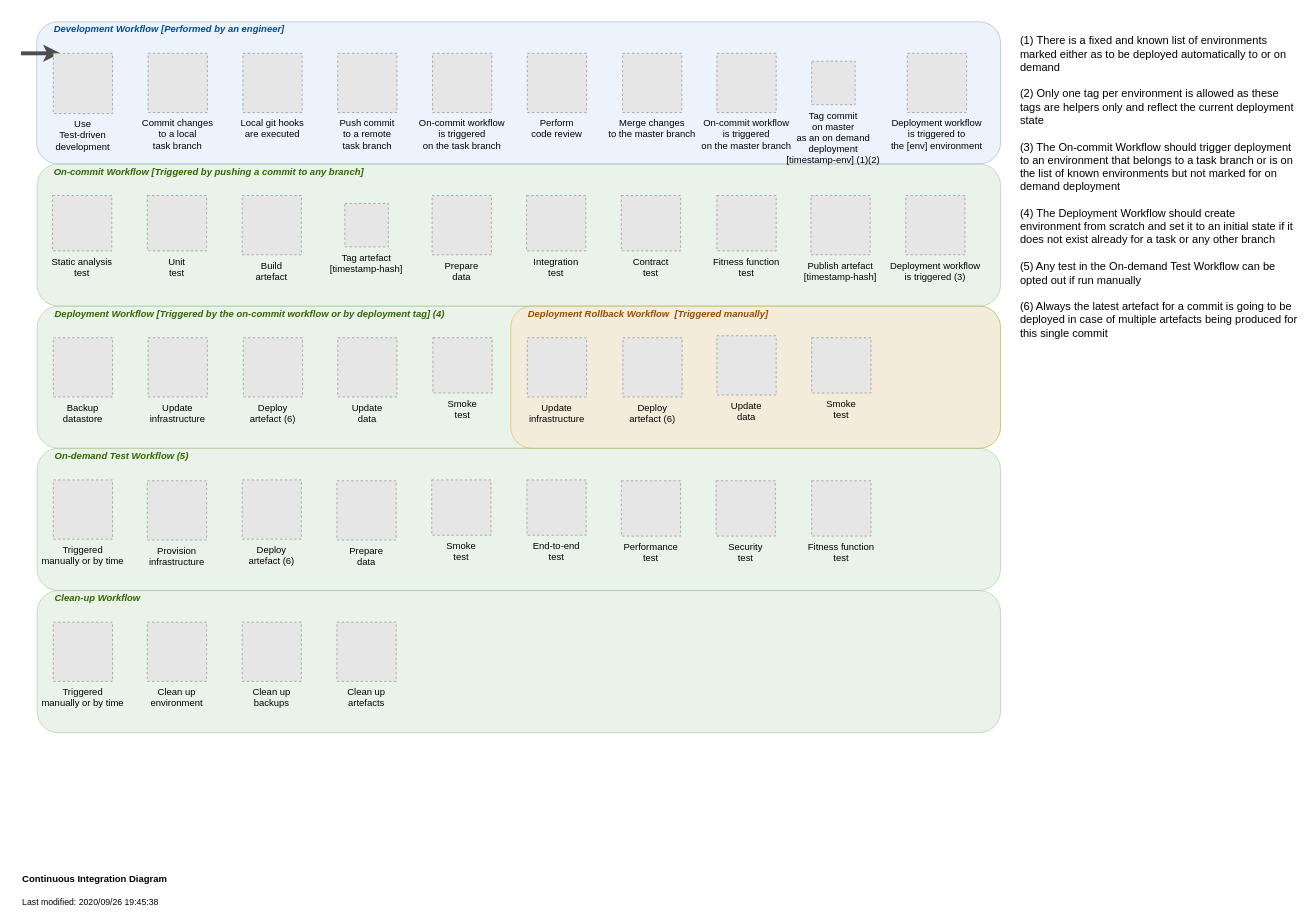
Above: documentation/DevOps.drawio in nhs-england-tools/make-devops (draw.io), before the change. Source tidied: cells renumbered, new cells numbered last; positions are measured from the earlier drawing's top-left corner, leaving out a move shared by most shapes. Both pictures are drawn from the tidied source at 79%, with x=0, y=0 at pixel (21, 21). Pictures stored in the file or linked from it are replaced by grey dashed boxes.
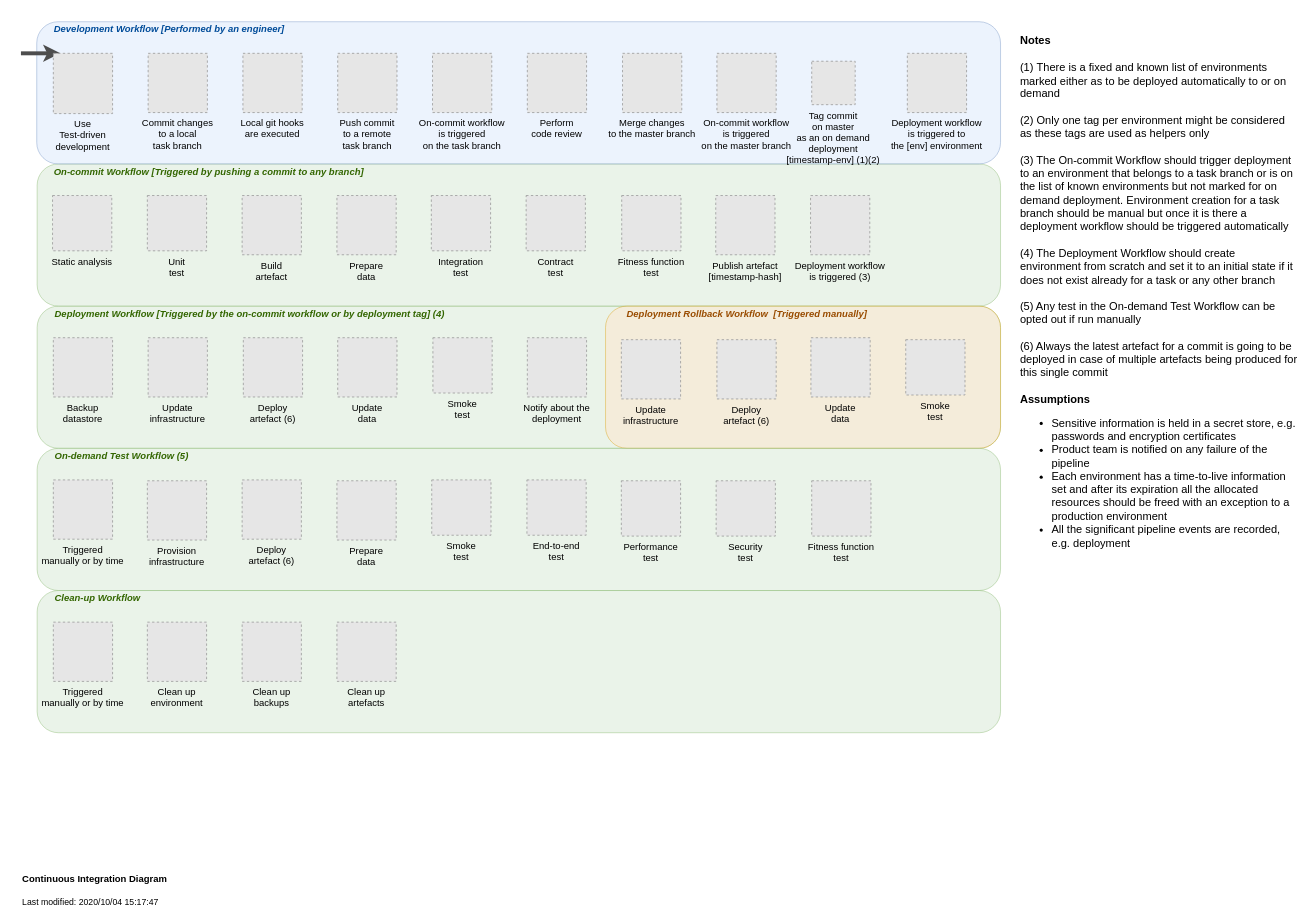
Above is the later version.

What changed in the source:
```diff
@@
     <mxCell id="4" style="rounded=1;whiteSpace=wrap;html=1;labelBackgroundColor=none;align=center;fillColor=#ffe6cc;strokeColor=#d79b00;opacity=50;" parent="1" vertex="1">
-      <mxGeometry x="620" y="360" width="620" height="180" as="geometry" />
+      <mxGeometry x="740" y="360" width="500" height="180" as="geometry" />
     </mxCell>
@@
-    <mxCell id="7" value="&lt;b&gt;Continuous Integration Diagram&lt;/b&gt;&lt;br style=&quot;font-size: 11px&quot;&gt;&lt;font style=&quot;font-size: 11px&quot;&gt;&lt;br&gt;&lt;font style=&quot;font-size: 11px&quot;&gt;Last modified: 2020/09/26 19:45:38&lt;/font&gt;&lt;/font&gt;" style="text;html=1;strokeColor=none;fillColor=none;align=left;verticalAlign=middle;whiteSpace=wrap;rounded=0;" parent="1" vertex="1">
+    <mxCell id="7" value="&lt;b&gt;Continuous Integration Diagram&lt;/b&gt;&lt;br style=&quot;font-size: 11px&quot;&gt;&lt;font style=&quot;font-size: 11px&quot;&gt;&lt;br&gt;&lt;font style=&quot;font-size: 11px&quot;&gt;Last modified: 2020/10/04 15:17:47&lt;/font&gt;&lt;/font&gt;" style="text;html=1;strokeColor=none;fillColor=none;align=left;verticalAlign=middle;whiteSpace=wrap;rounded=0;" parent="1" vertex="1">
       <mxGeometry y="1080" width="420" height="40" as="geometry" />
     </mxCell>
@@
     <mxCell id="9" value="Prepare&#10;data&#10;" style="fillColor=#E6E6E6;strokeColor=#999999;dashed=1;verticalLabelPosition=bottom;labelBackgroundColor=none;verticalAlign=top;" parent="1" vertex="1">
-      <mxGeometry x="520.5" y="220" width="75" height="75" as="geometry" />
+      <mxGeometry x="400" y="220" width="75" height="75" as="geometry" />
     </mxCell>
-    <mxCell id="10" value="Tag artefact&#10;[timestamp-hash]" style="fillColor=#E6E6E6;strokeColor=#999999;dashed=1;verticalLabelPosition=bottom;labelBackgroundColor=none;verticalAlign=top;" parent="1" vertex="1">
-      <mxGeometry x="410" y="230" width="55" height="55" as="geometry" />
-    </mxCell>
     <mxCell id="11" value="Publish artefact&#10;[timestamp-hash]" style="fillColor=#E6E6E6;strokeColor=#999999;dashed=1;verticalLabelPosition=bottom;labelBackgroundColor=none;verticalAlign=top;" parent="1" vertex="1">
-      <mxGeometry x="1000" y="220" width="75" height="75" as="geometry" />
+      <mxGeometry x="879.5" y="220" width="75" height="75" as="geometry" />
     </mxCell>
@@
-    <mxCell id="17" value="Static analysis&#10;test" style="fillColor=#E6E6E6;strokeColor=#999999;dashed=1;verticalLabelPosition=bottom;labelBackgroundColor=none;verticalAlign=top;" parent="1" vertex="1">
+    <mxCell id="17" value="Static analysis" style="fillColor=#E6E6E6;strokeColor=#999999;dashed=1;verticalLabelPosition=bottom;labelBackgroundColor=none;verticalAlign=top;" parent="1" vertex="1">
       <mxGeometry x="40" y="220" width="75" height="70" as="geometry" />
     </mxCell>
@@
     <mxCell id="19" value="Integration&#10;test" style="fillColor=#E6E6E6;strokeColor=#999999;dashed=1;verticalLabelPosition=bottom;labelBackgroundColor=none;verticalAlign=top;" parent="1" vertex="1">
-      <mxGeometry x="640" y="220" width="75" height="70" as="geometry" />
+      <mxGeometry x="519.5" y="220" width="75" height="70" as="geometry" />
     </mxCell>
     <mxCell id="20" value="Contract&#10;test" style="fillColor=#E6E6E6;strokeColor=#999999;dashed=1;verticalLabelPosition=bottom;labelBackgroundColor=none;verticalAlign=top;" parent="1" vertex="1">
-      <mxGeometry x="760" y="220" width="75" height="70" as="geometry" />
+      <mxGeometry x="639.5" y="220" width="75" height="70" as="geometry" />
     </mxCell>
@@
     <mxCell id="22" value="Smoke&#10;test" style="fillColor=#E6E6E6;strokeColor=#999999;dashed=1;verticalLabelPosition=bottom;labelBackgroundColor=none;verticalAlign=top;" parent="1" vertex="1">
-      <mxGeometry x="1001" y="400" width="75" height="70" as="geometry" />
+      <mxGeometry x="1120" y="402.5" width="75" height="70" as="geometry" />
     </mxCell>
@@
     <mxCell id="33" value="Deployment Rollback Workflow&amp;nbsp; [Triggered manually]" style="text;html=1;strokeColor=none;fillColor=none;align=left;verticalAlign=middle;whiteSpace=wrap;rounded=0;labelBackgroundColor=none;fontStyle=3;fontColor=#994C00;" parent="1" vertex="1">
-      <mxGeometry x="640" y="360" width="700" height="20" as="geometry" />
+      <mxGeometry x="765" y="360" width="455" height="20" as="geometry" />
     </mxCell>
@@
     <mxCell id="35" value="Fitness function&#10;test" style="fillColor=#E6E6E6;strokeColor=#999999;dashed=1;verticalLabelPosition=bottom;labelBackgroundColor=none;verticalAlign=top;" parent="1" vertex="1">
-      <mxGeometry x="881" y="220" width="75" height="70" as="geometry" />
+      <mxGeometry x="760.5" y="220" width="75" height="70" as="geometry" />
     </mxCell>
@@
     <mxCell id="47" value="Deploy&#10;artefact (6)" style="fillColor=#E6E6E6;strokeColor=#999999;dashed=1;verticalLabelPosition=bottom;verticalAlign=top;" parent="1" vertex="1">
-      <mxGeometry x="762" y="400" width="75" height="75" as="geometry" />
+      <mxGeometry x="881" y="402.5" width="75" height="75" as="geometry" />
     </mxCell>
@@
     <mxCell id="49" value="Update&#10;data" style="fillColor=#E6E6E6;strokeColor=#999999;dashed=1;verticalLabelPosition=bottom;labelBackgroundColor=none;verticalAlign=top;" parent="1" vertex="1">
-      <mxGeometry x="881" y="397.5" width="75" height="75" as="geometry" />
+      <mxGeometry x="1000" y="400" width="75" height="75" as="geometry" />
     </mxCell>
@@
     <mxCell id="51" value="Update&#10;infrastructure" style="fillColor=#E6E6E6;strokeColor=#999999;dashed=1;verticalLabelPosition=bottom;labelBackgroundColor=none;verticalAlign=top;" parent="1" vertex="1">
-      <mxGeometry x="641" y="400" width="75" height="75" as="geometry" />
+      <mxGeometry x="760" y="402.5" width="75" height="75" as="geometry" />
     </mxCell>
@@
     <mxCell id="54" value="Deployment workflow&#10;is triggered (3)" style="fillColor=#E6E6E6;strokeColor=#999999;dashed=1;verticalLabelPosition=bottom;verticalAlign=top;" parent="1" vertex="1">
-      <mxGeometry x="1120" y="220" width="75" height="75" as="geometry" />
+      <mxGeometry x="999.5" y="220" width="75" height="75" as="geometry" />
     </mxCell>
@@
-    <mxCell id="57" value="&lt;h1 style=&quot;font-size: 14px&quot;&gt;&lt;/h1&gt;&lt;font style=&quot;font-size: 14px&quot;&gt;&lt;span style=&quot;text-align: center ; font-size: 14px&quot;&gt;&lt;br style=&quot;font-size: 14px&quot;&gt;&lt;/span&gt;&lt;span style=&quot;text-align: center ; font-size: 14px&quot;&gt;&lt;span style=&quot;font-size: 14px&quot;&gt;(1)&lt;/span&gt;&amp;nbsp;There is a fixed and known list of environments marked either as to be deployed automatically to or on demand&lt;br&gt;&lt;/span&gt;&lt;br&gt;(2) Only one tag per environment is allowed as these tags are helpers only and reflect the current deployment state&lt;br style=&quot;text-align: center ; font-size: 14px&quot;&gt;&lt;span style=&quot;text-align: center ; font-size: 14px&quot;&gt;&lt;br style=&quot;font-size: 14px&quot;&gt;(3) The On-commit Workflow should trigger deployment to an&lt;/span&gt;&lt;span style=&quot;text-align: center ; font-size: 14px&quot;&gt;&amp;nbsp;environment that belongs to a task branch or is on the list of known environments but not marked&amp;nbsp;&lt;/span&gt;&lt;span style=&quot;text-align: center ; font-size: 14px&quot;&gt;for on demand deployment&lt;br style=&quot;font-size: 14px&quot;&gt;&lt;/span&gt;&lt;/font&gt;&lt;span style=&quot;text-align: center ; font-size: 14px&quot;&gt;&lt;br style=&quot;font-size: 14px&quot;&gt;(4) The Deployment Workflow should create environment from scratch and set it to an initial state if it does not exist already for a task or any other branch&lt;br style=&quot;font-size: 14px&quot;&gt;&lt;br style=&quot;font-size: 14px&quot;&gt;(5) Any test in the On-demand Test Workflow can be opted out if run manually&lt;br style=&quot;font-size: 14px&quot;&gt;&lt;br style=&quot;font-size: 14px&quot;&gt;(6) Always the latest artefact for a commit is going to be deployed in case of multiple artefacts being produced for this single commit&lt;br style=&quot;font-size: 14px&quot;&gt;&lt;/span&gt;" style="text;html=1;strokeColor=none;fillColor=none;spacing=5;spacingTop=-20;whiteSpace=wrap;overflow=hidden;rounded=0;fontSize=14;" parent="1" vertex="1">
+    <mxCell id="57" value="&lt;h1 style=&quot;font-size: 14px&quot;&gt;&lt;/h1&gt;&lt;font&gt;&lt;span style=&quot;font-size: 14px ; text-align: center&quot;&gt;&lt;br&gt;&lt;b&gt;Notes&lt;/b&gt;&lt;br&gt;&lt;br style=&quot;font-size: 14px&quot;&gt;&lt;/span&gt;&lt;span style=&quot;font-size: 14px ; text-align: center&quot;&gt;&lt;span style=&quot;font-size: 14px&quot;&gt;(1)&lt;/span&gt;&amp;nbsp;There is a fixed and known list of environments marked either as to be deployed automatically to or on demand&lt;br&gt;&lt;/span&gt;&lt;br&gt;(2) Only one tag per environment might be considered as these tags are used as helpers only&lt;br style=&quot;text-align: center ; font-size: 14px&quot;&gt;&lt;span style=&quot;font-size: 14px ; text-align: center&quot;&gt;&lt;br style=&quot;font-size: 14px&quot;&gt;(3) The On-commit Workflow should trigger deployment to an&lt;/span&gt;&lt;span style=&quot;font-size: 14px ; text-align: center&quot;&gt;&amp;nbsp;environment that belongs to a task branch or is on the list of known environments but not marked&amp;nbsp;&lt;/span&gt;&lt;span style=&quot;text-align: center&quot;&gt;for on demand deployment. Environment creation for a task branch should be manual but once it is there a deployment workflow should be triggered automatically&lt;br style=&quot;font-size: 14px&quot;&gt;&lt;/span&gt;&lt;/font&gt;&lt;span style=&quot;font-size: 14px&quot;&gt;&lt;br style=&quot;font-size: 14px&quot;&gt;(4) The Deployment Workflow should create environment from scratch and set it to an initial state if it does not exist already for a task or any other branch&lt;br style=&quot;font-size: 14px&quot;&gt;&lt;br style=&quot;font-size: 14px&quot;&gt;(5) Any test in the On-demand Test Workflow can be opted out if run manually&lt;br style=&quot;font-size: 14px&quot;&gt;&lt;br style=&quot;font-size: 14px&quot;&gt;(6) Always the latest artefact for a commit is going to be deployed in case of multiple artefacts being produced for this single commit&lt;br&gt;&lt;br&gt;&lt;b&gt;Assumptions&lt;/b&gt;&lt;br&gt;&lt;ul&gt;&lt;li&gt;Sensitive information is held in a secret store, e.g. passwords and encryption certificates&lt;/li&gt;&lt;li&gt;Product team is notified on any failure of the pipeline&lt;/li&gt;&lt;li&gt;&lt;span&gt;Each environment has a time-to-live information set and after its expiration all the allocated resources should be freed with an exception to a production environment&lt;/span&gt;&lt;br&gt;&lt;/li&gt;&lt;li&gt;All the significant pipeline events are recorded, e.g. deployment&lt;/li&gt;&lt;/ul&gt;&lt;/span&gt;" style="text;html=1;strokeColor=none;fillColor=none;spacing=5;spacingTop=-20;whiteSpace=wrap;overflow=hidden;rounded=0;fontSize=14;" parent="1" vertex="1">
       <mxGeometry x="1260" width="360" height="900" as="geometry" />
     </mxCell>
@@
+    <mxCell id="59" value="Notify about the&#10;deployment" style="fillColor=#E6E6E6;strokeColor=#999999;dashed=1;verticalLabelPosition=bottom;verticalAlign=top;" parent="1" vertex="1">
+      <mxGeometry x="641" y="400" width="75" height="75" as="geometry" />
+    </mxCell>
```
